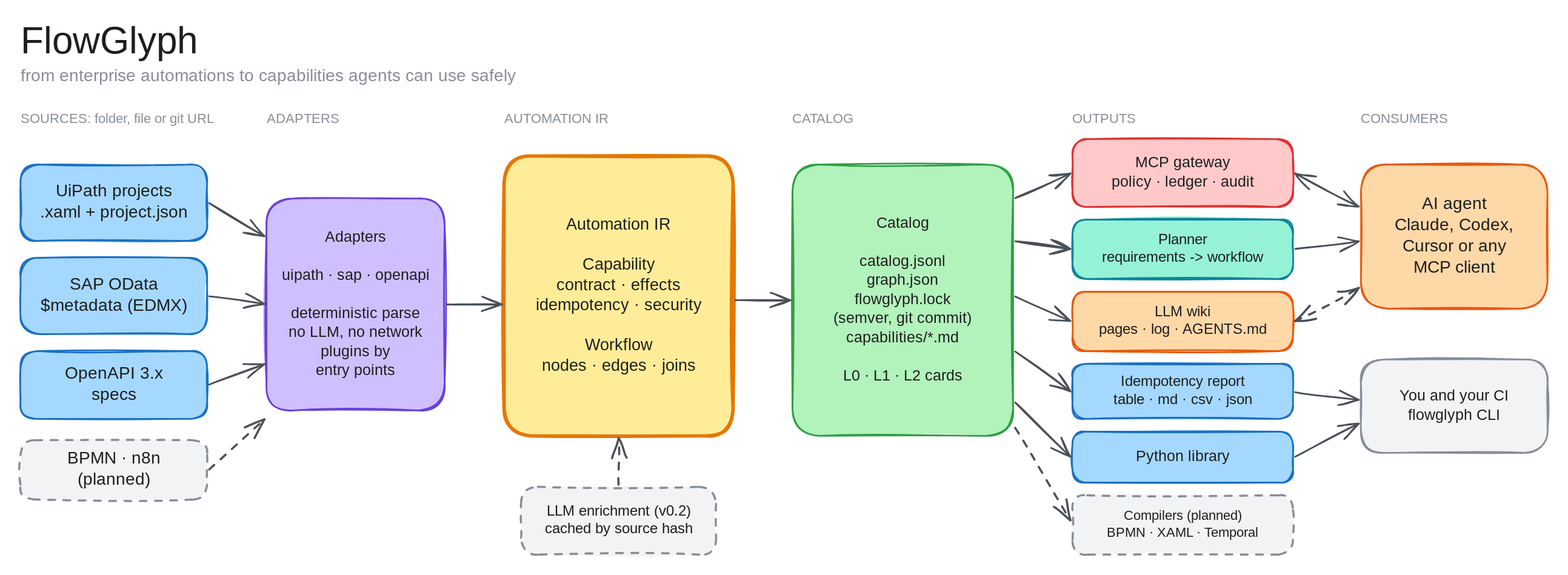
Before: docs/assets/pipeline-light.svg, a diagram exported from Excalidraw (afernandeztem/FlowGlyph). Source tidied: one line per element, renumbered; positions are measured from the earlier drawing's top-left corner, leaving out a move shared by most shapes.
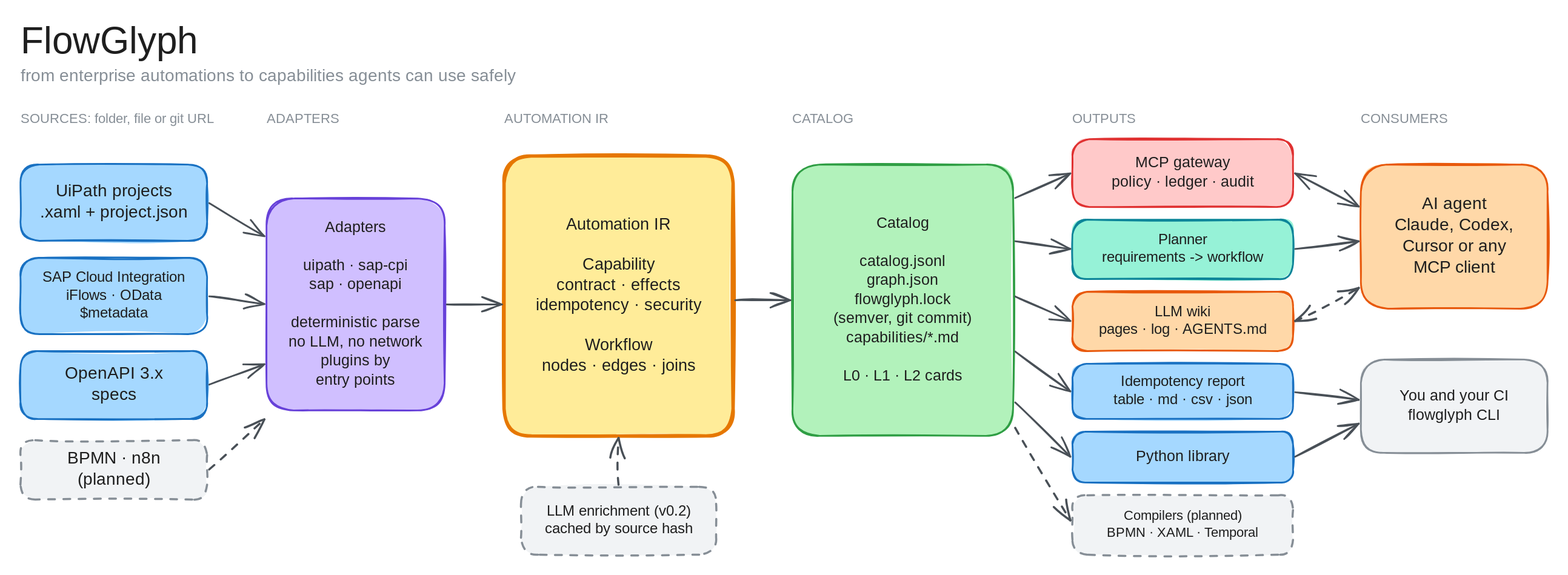
The same diagram one commit later.

Diff of the diagram source:
```diff
@@ -22,29 +22,29 @@
 {"id": 21, "type": "rectangle", "strokeColor": "#868e96", "backgroundColor": "#f1f3f5", "fillStyle": "solid", "strokeWidth": 2, "strokeStyle": "dashed", "roughness": 1, "round": true, "x": 1240, "y": 560, "width": 260, "height": 70}
 {"id": 22, "type": "rectangle", "strokeColor": "#e8590c", "backgroundColor": "#ffd8a8", "fillStyle": "solid", "strokeWidth": 2, "roughness": 1, "round": true, "x": 1580, "y": 170, "width": 220, "height": 170}
 {"id": 23, "type": "rectangle", "strokeColor": "#868e96", "backgroundColor": "#f1f3f5", "fillStyle": "solid", "strokeWidth": 2, "roughness": 1, "round": true, "x": 1580, "y": 400, "width": 220, "height": 110}
-{"id": 24, "type": "arrow", "strokeColor": "#495057", "strokeWidth": 2, "roughness": 1, "endArrowhead": "arrow", "x": 222, "y": 216, "width": 65, "height": 39, "points": [[0, 0], [65, 39]]}
-{"id": 25, "type": "arrow", "strokeColor": "#495057", "strokeWidth": 2, "roughness": 1, "endArrowhead": "arrow", "x": 222, "y": 326, "width": 65, "height": 9, "points": [[0, 0], [65, 9]]}
-{"id": 26, "type": "arrow", "strokeColor": "#495057", "strokeWidth": 2, "roughness": 1, "endArrowhead": "arrow", "x": 222, "y": 430, "width": 65, "height": 24, "points": [[0, 0], [65, -24]]}
-{"id": 27, "type": "arrow", "strokeColor": "#495057", "strokeWidth": 2, "strokeStyle": "dashed", "roughness": 1, "endArrowhead": "arrow", "x": 222, "y": 530, "width": 65, "height": 59, "points": [[0, 0], [65, -59]]}
-{"id": 28, "type": "arrow", "strokeColor": "#495057", "strokeWidth": 2, "roughness": 1, "endArrowhead": "arrow", "x": 502, "y": 335, "width": 65, "height": 0, "points": [[0, 0], [65, 0]]}
-{"id": 29, "type": "arrow", "strokeColor": "#495057", "strokeWidth": 2, "roughness": 1, "endArrowhead": "arrow", "x": 842, "y": 330, "width": 65, "height": 0, "points": [[0, 0], [65, 0]]}
-{"id": 30, "type": "arrow", "strokeColor": "#495057", "strokeWidth": 2, "strokeStyle": "dashed", "roughness": 1, "endArrowhead": "arrow", "x": 705, "y": 548, "width": 0, "height": 55, "points": [[0, 0], [0, -55]]}
-{"id": 31, "type": "arrow", "strokeColor": "#495057", "strokeWidth": 2, "roughness": 1, "endArrowhead": "arrow", "x": 1172, "y": 210, "width": 65, "height": 29, "points": [[0, 0], [65, -29]]}
-{"id": 32, "type": "arrow", "strokeColor": "#495057", "strokeWidth": 2, "roughness": 1, "endArrowhead": "arrow", "x": 1172, "y": 260, "width": 65, "height": 9, "points": [[0, 0], [65, 9]]}
-{"id": 33, "type": "arrow", "strokeColor": "#495057", "strokeWidth": 2, "roughness": 1, "endArrowhead": "arrow", "x": 1172, "y": 326, "width": 65, "height": 29, "points": [[0, 0], [65, 29]]}
-{"id": 34, "type": "arrow", "strokeColor": "#495057", "strokeWidth": 2, "roughness": 1, "endArrowhead": "arrow", "x": 1172, "y": 390, "width": 65, "height": 47, "points": [[0, 0], [65, 47]]}
-{"id": 35, "type": "arrow", "strokeColor": "#495057", "strokeWidth": 2, "roughness": 1, "endArrowhead": "arrow", "x": 1172, "y": 450, "width": 65, "height": 64, "points": [[0, 0], [65, 64]]}
-{"id": 36, "type": "arrow", "strokeColor": "#495057", "strokeWidth": 2, "strokeStyle": "dashed", "roughness": 1, "endArrowhead": "arrow", "x": 1172, "y": 480, "width": 65, "height": 109, "points": [[0, 0], [65, 109]]}
-{"id": 37, "type": "arrow", "strokeColor": "#495057", "strokeWidth": 2, "roughness": 1, "startArrowhead": "arrow", "endArrowhead": "arrow", "x": 1502, "y": 180, "width": 75, "height": 39, "points": [[0, 0], [75, 39]]}
-{"id": 38, "type": "arrow", "strokeColor": "#495057", "strokeWidth": 2, "roughness": 1, "endArrowhead": "arrow", "x": 1502, "y": 270, "width": 75, "height": 9, "points": [[0, 0], [75, -9]]}
-{"id": 39, "type": "arrow", "strokeColor": "#495057", "strokeWidth": 2, "strokeStyle": "dashed", "roughness": 1, "startArrowhead": "arrow", "endArrowhead": "arrow", "x": 1502, "y": 354, "width": 75, "height": 39, "points": [[0, 0], [75, -39]]}
-{"id": 40, "type": "arrow", "strokeColor": "#495057", "strokeWidth": 2, "roughness": 1, "endArrowhead": "arrow", "x": 1502, "y": 438, "width": 75, "height": 9, "points": [[0, 0], [75, 9]]}
-{"id": 41, "type": "arrow", "strokeColor": "#495057", "strokeWidth": 2, "roughness": 1, "endArrowhead": "arrow", "x": 1502, "y": 514, "width": 75, "height": 39, "points": [[0, 0], [75, -39]]}
+{"id": 58, "type": "arrow", "strokeColor": "#495057", "strokeWidth": 2, "roughness": 1, "endArrowhead": "arrow", "x": 222, "y": 216, "width": 65, "height": 39, "points": [[0, 0], [65, 39]]}
+{"id": 59, "type": "arrow", "strokeColor": "#495057", "strokeWidth": 2, "roughness": 1, "endArrowhead": "arrow", "x": 222, "y": 326, "width": 65, "height": 9, "points": [[0, 0], [65, 9]]}
+{"id": 60, "type": "arrow", "strokeColor": "#495057", "strokeWidth": 2, "roughness": 1, "endArrowhead": "arrow", "x": 222, "y": 430, "width": 65, "height": 24, "points": [[0, 0], [65, -24]]}
+{"id": 61, "type": "arrow", "strokeColor": "#495057", "strokeWidth": 2, "strokeStyle": "dashed", "roughness": 1, "endArrowhead": "arrow", "x": 222, "y": 530, "width": 65, "height": 59, "points": [[0, 0], [65, -59]]}
+{"id": 62, "type": "arrow", "strokeColor": "#495057", "strokeWidth": 2, "roughness": 1, "endArrowhead": "arrow", "x": 502, "y": 335, "width": 65, "height": 0, "points": [[0, 0], [65, 0]]}
+{"id": 63, "type": "arrow", "strokeColor": "#495057", "strokeWidth": 2, "roughness": 1, "endArrowhead": "arrow", "x": 842, "y": 330, "width": 65, "height": 0, "points": [[0, 0], [65, 0]]}
+{"id": 64, "type": "arrow", "strokeColor": "#495057", "strokeWidth": 2, "strokeStyle": "dashed", "roughness": 1, "endArrowhead": "arrow", "x": 705, "y": 548, "width": 0, "height": 55, "points": [[0, 0], [0, -55]]}
+{"id": 65, "type": "arrow", "strokeColor": "#495057", "strokeWidth": 2, "roughness": 1, "endArrowhead": "arrow", "x": 1172, "y": 210, "width": 65, "height": 29, "points": [[0, 0], [65, -29]]}
+{"id": 66, "type": "arrow", "strokeColor": "#495057", "strokeWidth": 2, "roughness": 1, "endArrowhead": "arrow", "x": 1172, "y": 260, "width": 65, "height": 9, "points": [[0, 0], [65, 9]]}
+{"id": 67, "type": "arrow", "strokeColor": "#495057", "strokeWidth": 2, "roughness": 1, "endArrowhead": "arrow", "x": 1172, "y": 326, "width": 65, "height": 29, "points": [[0, 0], [65, 29]]}
+{"id": 68, "type": "arrow", "strokeColor": "#495057", "strokeWidth": 2, "roughness": 1, "endArrowhead": "arrow", "x": 1172, "y": 390, "width": 65, "height": 47, "points": [[0, 0], [65, 47]]}
+{"id": 69, "type": "arrow", "strokeColor": "#495057", "strokeWidth": 2, "roughness": 1, "endArrowhead": "arrow", "x": 1172, "y": 450, "width": 65, "height": 64, "points": [[0, 0], [65, 64]]}
+{"id": 70, "type": "arrow", "strokeColor": "#495057", "strokeWidth": 2, "strokeStyle": "dashed", "roughness": 1, "endArrowhead": "arrow", "x": 1172, "y": 480, "width": 65, "height": 109, "points": [[0, 0], [65, 109]]}
+{"id": 71, "type": "arrow", "strokeColor": "#495057", "strokeWidth": 2, "roughness": 1, "startArrowhead": "arrow", "endArrowhead": "arrow", "x": 1502, "y": 180, "width": 75, "height": 39, "points": [[0, 0], [75, 39]]}
+{"id": 72, "type": "arrow", "strokeColor": "#495057", "strokeWidth": 2, "roughness": 1, "endArrowhead": "arrow", "x": 1502, "y": 270, "width": 75, "height": 9, "points": [[0, 0], [75, -9]]}
+{"id": 73, "type": "arrow", "strokeColor": "#495057", "strokeWidth": 2, "strokeStyle": "dashed", "roughness": 1, "startArrowhead": "arrow", "endArrowhead": "arrow", "x": 1502, "y": 354, "width": 75, "height": 39, "points": [[0, 0], [75, -39]]}
+{"id": 74, "type": "arrow", "strokeColor": "#495057", "strokeWidth": 2, "roughness": 1, "endArrowhead": "arrow", "x": 1502, "y": 438, "width": 75, "height": 9, "points": [[0, 0], [75, 9]]}
+{"id": 75, "type": "arrow", "strokeColor": "#495057", "strokeWidth": 2, "roughness": 1, "endArrowhead": "arrow", "x": 1502, "y": 514, "width": 75, "height": 39, "points": [[0, 0], [75, -39]]}
 {"id": 42, "type": "text", "text": "UiPath projects\n.xaml + project.json", "strokeColor": "#1e1e1e", "strokeWidth": 2, "roughness": 1, "fontSize": 20, "fontFamily": 5, "textAlign": "center", "verticalAlign": "middle", "inside": 8, "x": 16, "y": 190, "width": 187, "height": 50}
-{"id": 43, "type": "text", "text": "SAP OData\n$metadata (EDMX)", "strokeColor": "#1e1e1e", "strokeWidth": 2, "roughness": 1, "fontSize": 20, "fontFamily": 5, "textAlign": "center", "verticalAlign": "middle", "inside": 9, "x": 15, "y": 300, "width": 190, "height": 50}
+{"id": 76, "type": "text", "text": "SAP Cloud Integration\niFlows · OData\n$metadata", "strokeColor": "#1e1e1e", "strokeWidth": 2, "roughness": 1, "fontSize": 17, "fontFamily": 5, "textAlign": "center", "verticalAlign": "middle", "inside": 9, "x": 17, "y": 293, "width": 187, "height": 64}
 {"id": 44, "type": "text", "text": "OpenAPI 3.x\nspecs", "strokeColor": "#1e1e1e", "strokeWidth": 2, "roughness": 1, "fontSize": 20, "fontFamily": 5, "textAlign": "center", "verticalAlign": "middle", "inside": 10, "x": 49, "y": 405, "width": 123, "height": 50}
 {"id": 45, "type": "text", "text": "BPMN · n8n\n(planned)", "strokeColor": "#1e1e1e", "strokeWidth": 2, "roughness": 1, "fontSize": 20, "fontFamily": 5, "textAlign": "center", "verticalAlign": "middle", "inside": 11, "x": 55, "y": 505, "width": 111, "height": 50}
-{"id": 46, "type": "text", "text": "Adapters\n\nuipath · sap · openapi\n\ndeterministic parse\nno LLM, no network\nplugins by\nentry points", "strokeColor": "#1e1e1e", "strokeWidth": 2, "roughness": 1, "fontSize": 18, "fontFamily": 5, "textAlign": "center", "verticalAlign": "middle", "inside": 12, "x": 303, "y": 245, "width": 184, "height": 180}
+{"id": 77, "type": "text", "text": "Adapters\n\nuipath · sap-cpi\nsap · openapi\n\ndeterministic parse\nno LLM, no network\nplugins by\nentry points", "strokeColor": "#1e1e1e", "strokeWidth": 2, "roughness": 1, "fontSize": 18, "fontFamily": 5, "textAlign": "center", "verticalAlign": "middle", "inside": 12, "x": 310, "y": 234, "width": 169, "height": 202}
 {"id": 47, "type": "text", "text": "Automation IR\n\nCapability\ncontract · effects\nidempotency · security\n\nWorkflow\nnodes · edges · joins", "strokeColor": "#1e1e1e", "strokeWidth": 2, "roughness": 1, "fontSize": 19, "fontFamily": 5, "textAlign": "center", "verticalAlign": "middle", "inside": 13, "x": 603, "y": 230, "width": 204, "height": 190}
 {"id": 48, "type": "text", "text": "LLM enrichment (v0.2)\ncached by source hash", "strokeColor": "#1e1e1e", "strokeWidth": 2, "roughness": 1, "fontSize": 17, "fontFamily": 5, "textAlign": "center", "verticalAlign": "middle", "inside": 14, "x": 612, "y": 569, "width": 187, "height": 42}
 {"id": 49, "type": "text", "text": "Catalog\n\ncatalog.jsonl\ngraph.json\nflowglyph.lock\n(semver, git commit)\ncapabilities/*.md\n\nL0 · L1 · L2 cards", "strokeColor": "#1e1e1e", "strokeWidth": 2, "roughness": 1, "fontSize": 18, "fontFamily": 5, "textAlign": "center", "verticalAlign": "middle", "inside": 15, "x": 953, "y": 229, "width": 173, "height": 202}
```
